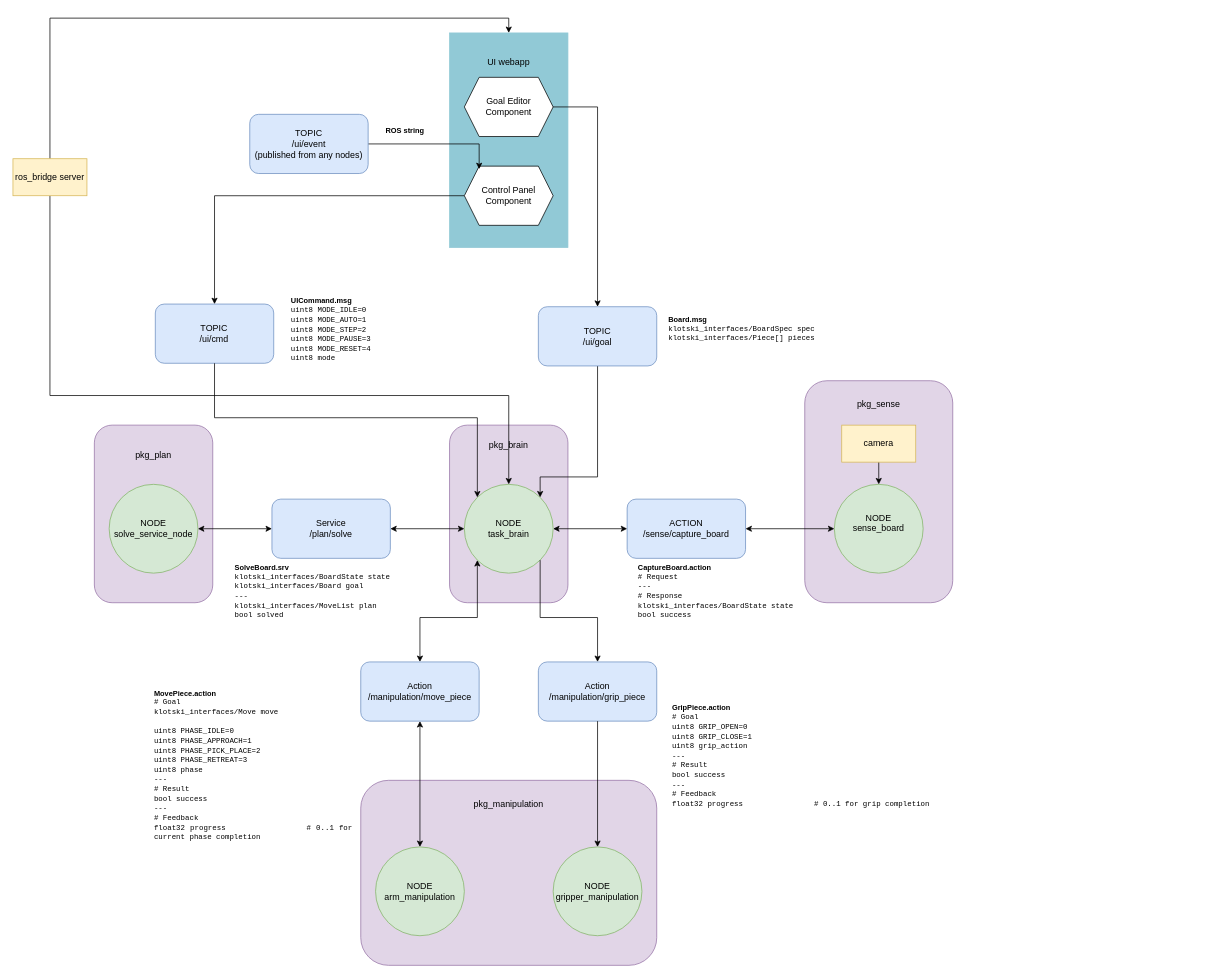
Earlier version of the draw.io diagram system_architecture.drawio (alanchoi00/mtrn4231-klotski-solver). Source tidied: cells renumbered, new cells numbered last; positions are measured from the earlier drawing's top-left corner, leaving out a move shared by most shapes. Both pictures are drawn from the tidied source at 74%, with x=0, y=0 at pixel (13, 18).
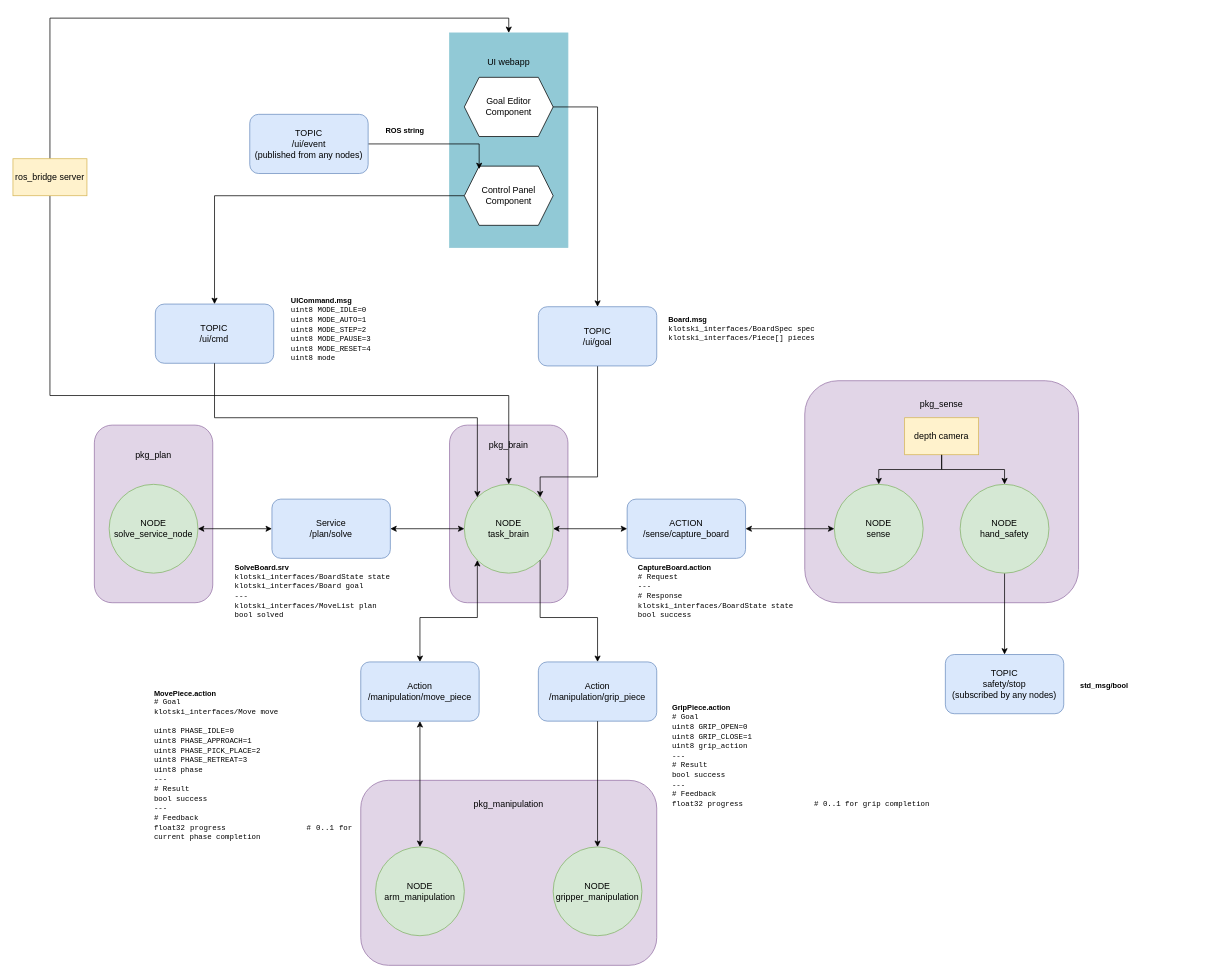
Above is the later version.

What changed in the source:
```diff
@@
     <mxCell id="15" value="&lt;p style=&quot;text-align: center;&quot;&gt;pkg_sense&lt;/p&gt;&lt;p&gt;&lt;br&gt;&lt;/p&gt;&lt;p&gt;&lt;br&gt;&lt;/p&gt;&lt;p&gt;&lt;br&gt;&lt;/p&gt;&lt;p&gt;&lt;br&gt;&lt;/p&gt;&lt;p&gt;&lt;br&gt;&lt;/p&gt;&lt;p&gt;&lt;br&gt;&lt;/p&gt;&lt;p&gt;&lt;br&gt;&lt;/p&gt;&lt;p&gt;&lt;br&gt;&lt;/p&gt;&lt;p&gt;&lt;br&gt;&lt;/p&gt;" style="rounded=1;whiteSpace=wrap;html=1;fillColor=#e1d5e7;strokeColor=#9673a6;align=top;" parent="1" vertex="1">
-      <mxGeometry x="1070" y="490" width="200" height="300" as="geometry" />
+      <mxGeometry x="1070" y="490" width="370" height="300" as="geometry" />
     </mxCell>
-    <mxCell id="16" value="NODE&lt;div&gt;sense_board&lt;/div&gt;&lt;div&gt;&lt;br&gt;&lt;/div&gt;" style="ellipse;whiteSpace=wrap;html=1;fillColor=#d5e8d4;strokeColor=#82b366;" parent="1" vertex="1">
+    <mxCell id="16" value="NODE&lt;div&gt;sense&lt;/div&gt;" style="ellipse;whiteSpace=wrap;html=1;fillColor=#d5e8d4;strokeColor=#82b366;" parent="1" vertex="1">
       <mxGeometry x="1110" y="630" width="120" height="120" as="geometry" />
     </mxCell>
-    <mxCell id="17" style="endArrow=classic;html=1;rounded=0;exitX=0.5;exitY=1;exitDx=0;exitDy=0;entryX=0.5;entryY=0;entryDx=0;entryDy=0;" parent="1" edge="1" source="31" target="16">
-      <mxGeometry relative="1" as="geometry" />
-    </mxCell>
@@
+    <mxCell id="17" style="edgeStyle=orthogonalEdgeStyle;rounded=0;jettySize=auto;html=1;" parent="1" edge="1" source="31" target="16">
+      <mxGeometry relative="1" as="geometry" />
+    </mxCell>
-    <mxCell id="31" value="camera" style="rounded=0;whiteSpace=wrap;html=1;fillColor=#fff2cc;strokeColor=#d6b656;" parent="1" vertex="1">
-      <mxGeometry x="1120" y="550" width="100" height="50" as="geometry" />
+    <mxCell id="31" value="depth camera" style="rounded=0;whiteSpace=wrap;html=1;fillColor=#fff2cc;strokeColor=#d6b656;" parent="1" vertex="1">
+      <mxGeometry x="1205" y="540" width="100" height="50" as="geometry" />
     </mxCell>
@@
+    <mxCell id="46" style="edgeStyle=orthogonalEdgeStyle;rounded=0;jettySize=auto;html=1;entryX=0.5;entryY=0;entryDx=0;entryDy=0;" parent="1" edge="1" source="47" target="49">
+      <mxGeometry relative="1" as="geometry" />
+    </mxCell>
+    <mxCell id="47" value="NODE&lt;div&gt;hand_safety&lt;/div&gt;" style="ellipse;whiteSpace=wrap;html=1;fillColor=#d5e8d4;strokeColor=#82b366;" parent="1" vertex="1">
+      <mxGeometry x="1280" y="630" width="120" height="120" as="geometry" />
+    </mxCell>
+    <mxCell id="48" style="edgeStyle=orthogonalEdgeStyle;rounded=0;jettySize=auto;html=1;" parent="1" edge="1" source="31">
+      <mxGeometry relative="1" as="geometry">
+        <mxPoint x="1340" y="630" as="targetPoint" />
+        <Array as="points">
+          <mxPoint x="1255" y="610" />
+          <mxPoint x="1340" y="610" />
+        </Array>
+      </mxGeometry>
+    </mxCell>
+    <mxCell id="49" value="TOPIC&lt;div&gt;safety/stop&lt;/div&gt;&lt;div&gt;(subscribed by any nodes)&lt;/div&gt;" style="rounded=1;whiteSpace=wrap;html=1;fillColor=#dae8fc;strokeColor=#6c8ebf;" parent="1" vertex="1">
+      <mxGeometry x="1260" y="860" width="160" height="80" as="geometry" />
+    </mxCell>
+    <mxCell id="50" value="&lt;span id=&quot;docs-internal-guid-a7e7bdfd-7fff-0071-b11b-e71a2c5c8676&quot; style=&quot;white-space-collapse: preserve;&quot;&gt;&lt;font face=&quot;Arial, sans-serif&quot;&gt;&lt;p dir=&quot;ltr&quot; style=&quot;text-align: justify; font-weight: bold; line-height: 1.2; margin-top: 0pt; margin-bottom: 0pt;&quot;&gt;std_msg/bool&lt;/p&gt;&lt;/font&gt;&lt;/span&gt;" style="text;whiteSpace=wrap;html=1;align=center;fontSize=10;" parent="1" vertex="1">
+      <mxGeometry x="1340" y="890" width="270" height="70" as="geometry" />
+    </mxCell>
```
